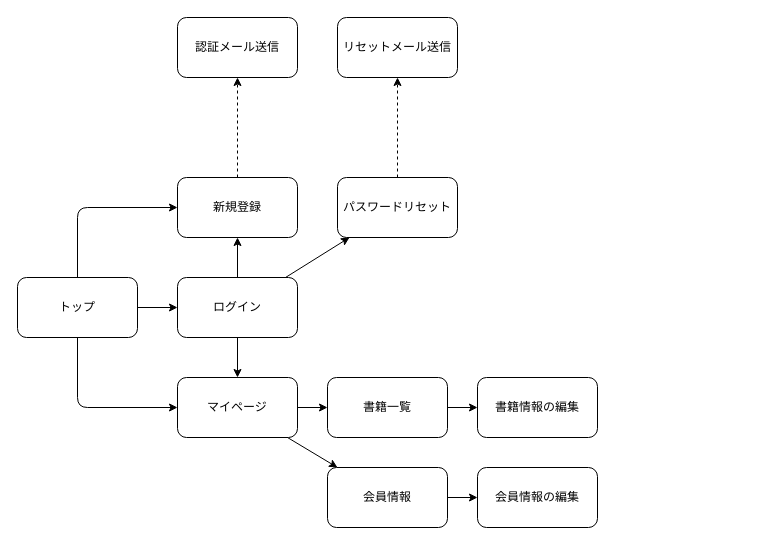
Earlier version of the draw.io diagram upstream/screen_transition.drawio (typ2-f/yuzora). Source tidied: cells renumbered, new cells numbered last; positions are measured from the earlier drawing's top-left corner, leaving out a move shared by most shapes. Both pictures are drawn from the tidied source at 100%, with x=0, y=0 at pixel (17, 17).
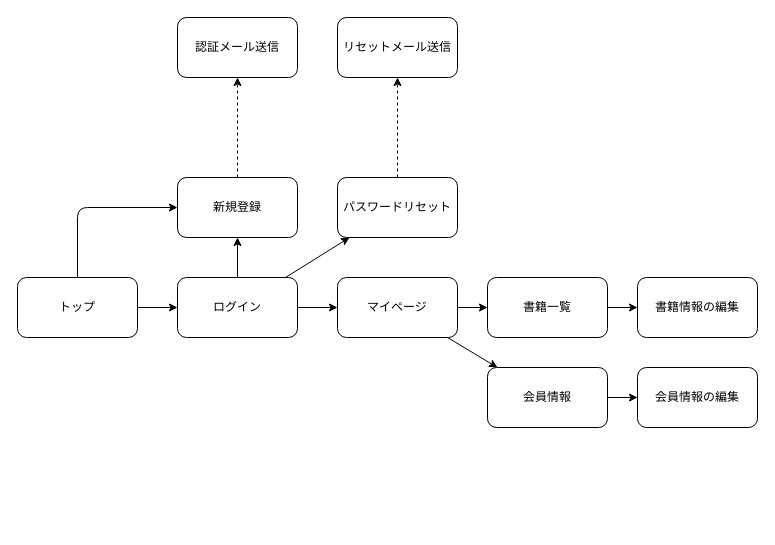
After the change.

Unchanged cells that the change refers to:
```xml
<mxCell id="5" value="トップ" style="rounded=1;whiteSpace=wrap;html=1;" parent="1" vertex="1">
  <mxGeometry y="260" width="120" height="60" as="geometry" />
</mxCell>
```

Change to the diagram source:
```diff
@@
-    <mxCell id="4" style="edgeStyle=elbowEdgeStyle;html=1;elbow=vertical;" parent="1" edge="1" source="5" target="18">
-      <mxGeometry relative="1" as="geometry">
-        <Array as="points">
-          <mxPoint x="140" y="390" />
-        </Array>
-      </mxGeometry>
-    </mxCell>
@@
     <mxCell id="9" value="書籍一覧" style="rounded=1;whiteSpace=wrap;html=1;" parent="1" vertex="1">
-      <mxGeometry x="310" y="360" width="120" height="60" as="geometry" />
+      <mxGeometry x="470" y="260" width="120" height="60" as="geometry" />
     </mxCell>
     <mxCell id="10" value="会員情報の編集" style="rounded=1;whiteSpace=wrap;html=1;" parent="1" vertex="1">
-      <mxGeometry x="460" y="450" width="120" height="60" as="geometry" />
+      <mxGeometry x="620" y="350" width="120" height="60" as="geometry" />
     </mxCell>
     <mxCell id="11" value="書籍情報の編集" style="rounded=1;whiteSpace=wrap;html=1;" parent="1" vertex="1">
-      <mxGeometry x="460" y="360" width="120" height="60" as="geometry" />
+      <mxGeometry x="620" y="260" width="120" height="60" as="geometry" />
     </mxCell>
@@
     <mxCell id="15" value="会員情報" style="rounded=1;whiteSpace=wrap;html=1;" parent="1" vertex="1">
-      <mxGeometry x="310" y="450" width="120" height="60" as="geometry" />
+      <mxGeometry x="470" y="350" width="120" height="60" as="geometry" />
     </mxCell>
@@
     <mxCell id="18" value="マイページ" style="rounded=1;whiteSpace=wrap;html=1;" parent="1" vertex="1">
-      <mxGeometry x="160" y="360" width="120" height="60" as="geometry" />
+      <mxGeometry x="320" y="260" width="120" height="60" as="geometry" />
     </mxCell>
```
